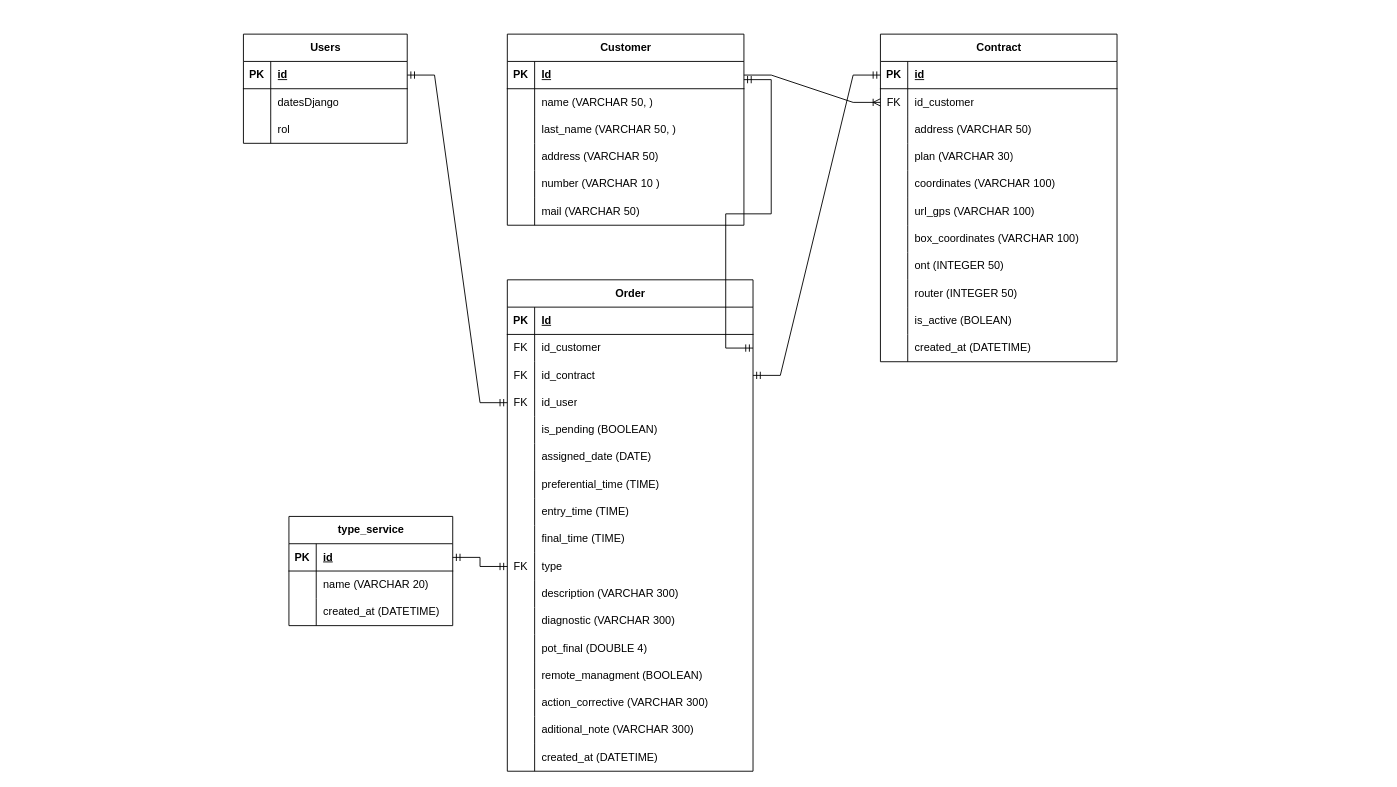
The draw.io diagram DiagramIspVisitManager.drawio in JoelPulla/ISP-Field-Visit-Manager, before the edit. Source tidied: cells renumbered, new cells numbered last; positions are measured from the earlier drawing's top-left corner, leaving out a move shared by most shapes. Both pictures are drawn from the tidied source at 91%, with x=0, y=0 at pixel (243, -44).
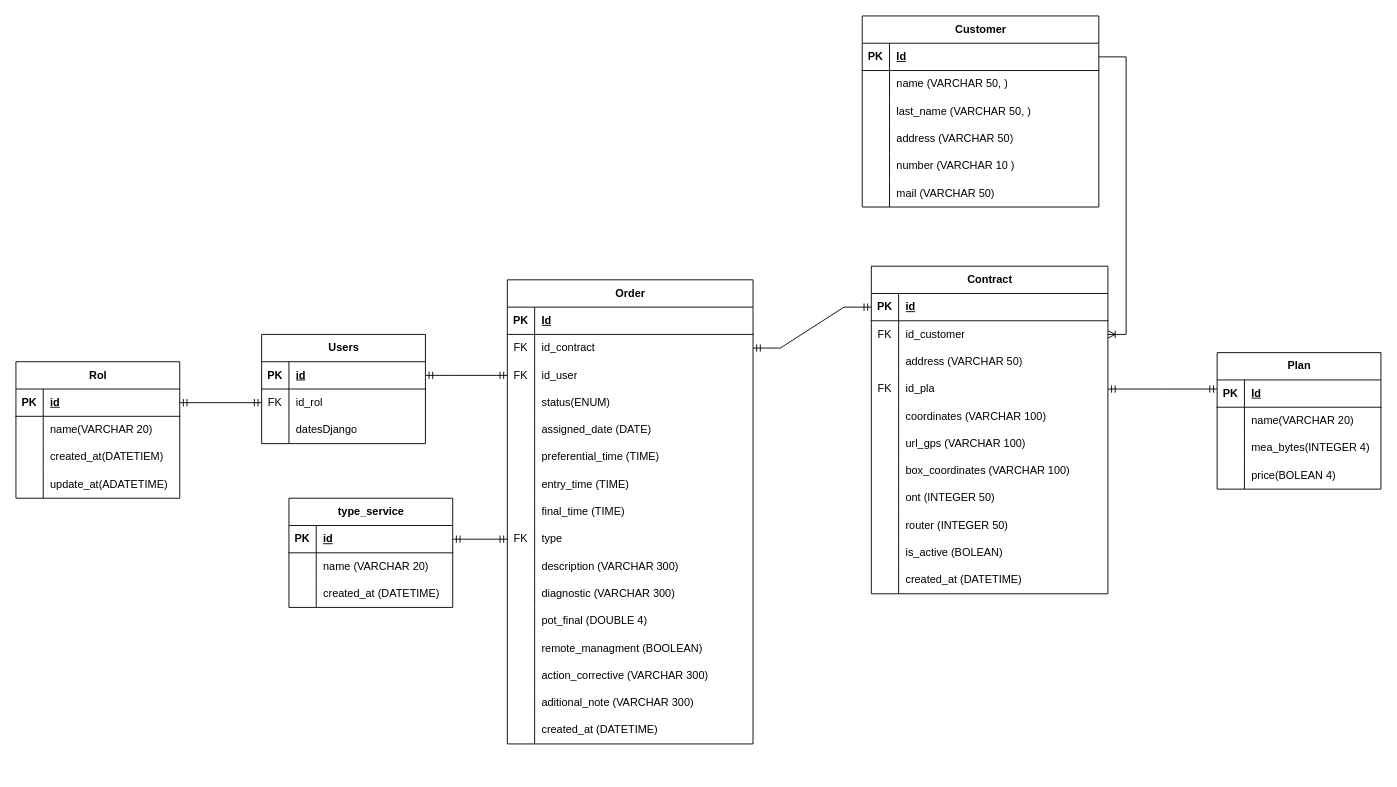
Above is the later version.

Unchanged cells that the change refers to:
```xml
<mxCell id="16" style="shape=tableRow;horizontal=0;startSize=0;swimlaneHead=0;swimlaneBody=0;fillColor=none;points=[[0,0.5],[1,0.5]];portConstraint=eastwest;top=0;left=0;right=0;bottom=0;" parent="12" vertex="1">
  <mxGeometry y="60" width="260" height="30" as="geometry" />
</mxCell>
<mxCell id="22" style="shape=tableRow;horizontal=0;startSize=0;swimlaneHead=0;swimlaneBody=0;fillColor=none;points=[[0,0.5],[1,0.5]];portConstraint=eastwest;top=0;left=0;right=0;bottom=0;" parent="12" vertex="1">
  <mxGeometry y="120" width="260" height="30" as="geometry" />
</mxCell>
<mxCell id="47" style="shape=tableRow;horizontal=0;startSize=0;swimlaneHead=0;swimlaneBody=0;fillColor=none;points=[[0,0.5],[1,0.5]];portConstraint=eastwest;top=0;left=0;right=0;bottom=1;" parent="46" vertex="1">
  <mxGeometry y="30" width="260" height="30" as="geometry" />
</mxCell>
```

What changed in the source:
```diff
@@
     <mxCell id="2" value="Users" style="shape=table;startSize=30;childLayout=tableLayout;rowLines=0;fontStyle=1;align=center;html=1;" parent="1" vertex="1">
-      <mxGeometry y="85" width="180" height="120" as="geometry" />
+      <mxGeometry x="20" y="415" width="180" height="120" as="geometry" />
     </mxCell>
@@
+    <mxCell id="9" style="shape=tableRow;horizontal=0;startSize=0;swimlaneHead=0;swimlaneBody=0;fillColor=none;points=[[0,0.5],[1,0.5]];portConstraint=eastwest;top=0;left=0;right=0;bottom=0;" parent="2" vertex="1">
+      <mxGeometry y="60" width="180" height="30" as="geometry" />
+    </mxCell>
+    <mxCell id="10" value="FK" style="shape=partialRectangle;fillColor=none;top=0;left=0;bottom=0;right=0;overflow=hidden;whiteSpace=wrap;html=1;" parent="9" vertex="1">
+      <mxGeometry width="30" height="30" as="geometry" />
+    </mxCell>
+    <mxCell id="11" value="id_rol" style="shape=partialRectangle;fillColor=none;top=0;left=0;bottom=0;right=0;align=left;spacingLeft=6;overflow=hidden;whiteSpace=wrap;html=1;" parent="9" vertex="1">
+      <mxGeometry x="30" width="150" height="30" as="geometry" />
+    </mxCell>
     <mxCell id="6" style="shape=tableRow;horizontal=0;startSize=0;swimlaneHead=0;swimlaneBody=0;fillColor=none;top=0;left=0;right=0;bottom=0;" parent="2" vertex="1">
-      <mxGeometry y="60" width="180" height="30" as="geometry" />
+      <mxGeometry y="90" width="180" height="30" as="geometry" />
     </mxCell>
@@
-    <mxCell id="9" style="shape=tableRow;horizontal=0;startSize=0;swimlaneHead=0;swimlaneBody=0;fillColor=none;points=[[0,0.5],[1,0.5]];portConstraint=eastwest;top=0;left=0;right=0;bottom=0;" parent="2" vertex="1">
-      <mxGeometry y="90" width="180" height="30" as="geometry" />
-    </mxCell>
-    <mxCell id="10" style="shape=partialRectangle;fillColor=none;top=0;left=0;bottom=0;right=0;overflow=hidden;whiteSpace=wrap;html=1;" parent="9" vertex="1">
-      <mxGeometry width="30" height="30" as="geometry" />
-    </mxCell>
-    <mxCell id="11" value="rol" style="shape=partialRectangle;fillColor=none;top=0;left=0;bottom=0;right=0;align=left;spacingLeft=6;overflow=hidden;whiteSpace=wrap;html=1;" parent="9" vertex="1">
-      <mxGeometry x="30" width="150" height="30" as="geometry" />
-    </mxCell>
     <mxCell id="12" value="Contract" style="shape=table;startSize=30;childLayout=tableLayout;rowLines=0;fontStyle=1;align=center;html=1;" parent="1" vertex="1">
-      <mxGeometry x="700" y="85" width="260" height="360" as="geometry" />
+      <mxGeometry x="690" y="340" width="260" height="360" as="geometry" />
     </mxCell>
@@
-    <mxCell id="23" style="shape=partialRectangle;fillColor=none;top=0;left=0;bottom=0;right=0;overflow=hidden;whiteSpace=wrap;html=1;" parent="22" vertex="1">
+    <mxCell id="23" value="FK" style="shape=partialRectangle;fillColor=none;top=0;left=0;bottom=0;right=0;overflow=hidden;whiteSpace=wrap;html=1;" parent="22" vertex="1">
       <mxGeometry width="30" height="30" as="geometry" />
     </mxCell>
-    <mxCell id="24" value="plan (VARCHAR 30)" style="shape=partialRectangle;fillColor=none;top=0;left=0;bottom=0;right=0;align=left;spacingLeft=6;overflow=hidden;whiteSpace=wrap;html=1;" parent="22" vertex="1">
+    <mxCell id="24" value="id_pla" style="shape=partialRectangle;fillColor=none;top=0;left=0;bottom=0;right=0;align=left;spacingLeft=6;overflow=hidden;whiteSpace=wrap;html=1;" parent="22" vertex="1">
       <mxGeometry x="30" width="230" height="30" as="geometry" />
     </mxCell>
@@
     <mxCell id="46" value="Customer" style="shape=table;startSize=30;childLayout=tableLayout;rowLines=0;fontStyle=1;align=center;html=1;" parent="1" vertex="1">
-      <mxGeometry x="290" y="85" width="260" height="210" as="geometry" />
+      <mxGeometry x="680" y="65" width="260" height="210" as="geometry" />
     </mxCell>
@@
-    <mxCell id="65" style="edgeStyle=entityRelationEdgeStyle;fontSize=12;html=1;endArrow=ERoneToMany;rounded=0;entryX=0;entryY=0.5;entryDx=0;entryDy=0;exitX=1;exitY=0.5;exitDx=0;exitDy=0;" parent="1" edge="1" source="47" target="16">
-      <mxGeometry relative="1" as="geometry" />
-    </mxCell>
     <mxCell id="66" value="Order" style="shape=table;startSize=30;childLayout=tableLayout;rowLines=0;fontStyle=1;align=center;html=1;" parent="1" vertex="1">
-      <mxGeometry x="290" y="355" width="270" height="540" as="geometry" />
+      <mxGeometry x="290" y="355" width="270" height="510" as="geometry" />
     </mxCell>
@@
-    <mxCell id="70" style="shape=tableRow;horizontal=0;startSize=0;swimlaneHead=0;swimlaneBody=0;fillColor=none;points=[[0,0.5],[1,0.5]];portConstraint=eastwest;top=0;left=0;right=0;bottom=0;" parent="66" vertex="1">
-      <mxGeometry y="60" width="270" height="30" as="geometry" />
-    </mxCell>
-    <mxCell id="71" value="FK" style="shape=partialRectangle;fillColor=none;top=0;left=0;bottom=0;right=0;overflow=hidden;whiteSpace=wrap;html=1;" parent="70" vertex="1">
-      <mxGeometry width="30" height="30" as="geometry" />
-    </mxCell>
-    <mxCell id="72" value="id_customer" style="shape=partialRectangle;fillColor=none;top=0;left=0;bottom=0;right=0;align=left;spacingLeft=6;overflow=hidden;whiteSpace=wrap;html=1;" parent="70" vertex="1">
-      <mxGeometry x="30" width="240" height="30" as="geometry" />
-    </mxCell>
     <mxCell id="73" style="shape=tableRow;horizontal=0;startSize=0;swimlaneHead=0;swimlaneBody=0;fillColor=none;points=[[0,0.5],[1,0.5]];portConstraint=eastwest;top=0;left=0;right=0;bottom=0;" parent="66" vertex="1">
-      <mxGeometry y="90" width="270" height="30" as="geometry" />
+      <mxGeometry y="60" width="270" height="30" as="geometry" />
     </mxCell>
@@
     <mxCell id="76" style="shape=tableRow;horizontal=0;startSize=0;swimlaneHead=0;swimlaneBody=0;fillColor=none;points=[[0,0.5],[1,0.5]];portConstraint=eastwest;top=0;left=0;right=0;bottom=0;" parent="66" vertex="1">
-      <mxGeometry y="120" width="270" height="30" as="geometry" />
+      <mxGeometry y="90" width="270" height="30" as="geometry" />
     </mxCell>
@@
     <mxCell id="79" style="shape=tableRow;horizontal=0;startSize=0;swimlaneHead=0;swimlaneBody=0;fillColor=none;top=0;left=0;right=0;bottom=0;" parent="66" vertex="1">
-      <mxGeometry y="150" width="270" height="30" as="geometry" />
+      <mxGeometry y="120" width="270" height="30" as="geometry" />
     </mxCell>
@@
-    <mxCell id="81" value="is_pending (BOOLEAN)" style="shape=partialRectangle;fillColor=none;top=0;left=0;bottom=0;right=0;align=left;spacingLeft=6;overflow=hidden;whiteSpace=wrap;html=1;" parent="79" vertex="1">
+    <mxCell id="81" value="status(ENUM)" style="shape=partialRectangle;fillColor=none;top=0;left=0;bottom=0;right=0;align=left;spacingLeft=6;overflow=hidden;whiteSpace=wrap;html=1;" parent="79" vertex="1">
       <mxGeometry x="30" width="240" height="30" as="geometry" />
     </mxCell>
     <mxCell id="82" style="shape=tableRow;horizontal=0;startSize=0;swimlaneHead=0;swimlaneBody=0;fillColor=none;top=0;left=0;right=0;bottom=0;" parent="66" vertex="1">
-      <mxGeometry y="180" width="270" height="30" as="geometry" />
+      <mxGeometry y="150" width="270" height="30" as="geometry" />
     </mxCell>
@@
     <mxCell id="85" style="shape=tableRow;horizontal=0;startSize=0;swimlaneHead=0;swimlaneBody=0;fillColor=none;top=0;left=0;right=0;bottom=0;" parent="66" vertex="1">
-      <mxGeometry y="210" width="270" height="30" as="geometry" />
+      <mxGeometry y="180" width="270" height="30" as="geometry" />
     </mxCell>
@@
     <mxCell id="88" style="shape=tableRow;horizontal=0;startSize=0;swimlaneHead=0;swimlaneBody=0;fillColor=none;top=0;left=0;right=0;bottom=0;" parent="66" vertex="1">
-      <mxGeometry y="240" width="270" height="30" as="geometry" />
+      <mxGeometry y="210" width="270" height="30" as="geometry" />
     </mxCell>
@@
     <mxCell id="91" style="shape=tableRow;horizontal=0;startSize=0;swimlaneHead=0;swimlaneBody=0;fillColor=none;top=0;left=0;right=0;bottom=0;" parent="66" vertex="1">
-      <mxGeometry y="270" width="270" height="30" as="geometry" />
+      <mxGeometry y="240" width="270" height="30" as="geometry" />
     </mxCell>
@@
     <mxCell id="94" style="shape=tableRow;horizontal=0;startSize=0;swimlaneHead=0;swimlaneBody=0;fillColor=none;points=[[0,0.5],[1,0.5]];portConstraint=eastwest;top=0;left=0;right=0;bottom=0;" parent="66" vertex="1">
-      <mxGeometry y="300" width="270" height="30" as="geometry" />
+      <mxGeometry y="270" width="270" height="30" as="geometry" />
     </mxCell>
@@
     <mxCell id="97" style="shape=tableRow;horizontal=0;startSize=0;swimlaneHead=0;swimlaneBody=0;fillColor=none;top=0;left=0;right=0;bottom=0;" parent="66" vertex="1">
-      <mxGeometry y="330" width="270" height="30" as="geometry" />
+      <mxGeometry y="300" width="270" height="30" as="geometry" />
     </mxCell>
@@
     <mxCell id="100" style="shape=tableRow;horizontal=0;startSize=0;swimlaneHead=0;swimlaneBody=0;fillColor=none;top=0;left=0;right=0;bottom=0;" parent="66" vertex="1">
-      <mxGeometry y="360" width="270" height="30" as="geometry" />
+      <mxGeometry y="330" width="270" height="30" as="geometry" />
     </mxCell>
@@
     <mxCell id="103" style="shape=tableRow;horizontal=0;startSize=0;swimlaneHead=0;swimlaneBody=0;fillColor=none;top=0;left=0;right=0;bottom=0;" parent="66" vertex="1">
-      <mxGeometry y="390" width="270" height="30" as="geometry" />
+      <mxGeometry y="360" width="270" height="30" as="geometry" />
     </mxCell>
@@
     <mxCell id="106" style="shape=tableRow;horizontal=0;startSize=0;swimlaneHead=0;swimlaneBody=0;fillColor=none;top=0;left=0;right=0;bottom=0;" parent="66" vertex="1">
-      <mxGeometry y="420" width="270" height="30" as="geometry" />
+      <mxGeometry y="390" width="270" height="30" as="geometry" />
     </mxCell>
@@
     <mxCell id="109" style="shape=tableRow;horizontal=0;startSize=0;swimlaneHead=0;swimlaneBody=0;fillColor=none;top=0;left=0;right=0;bottom=0;" parent="66" vertex="1">
-      <mxGeometry y="450" width="270" height="30" as="geometry" />
+      <mxGeometry y="420" width="270" height="30" as="geometry" />
     </mxCell>
@@
     <mxCell id="112" style="shape=tableRow;horizontal=0;startSize=0;swimlaneHead=0;swimlaneBody=0;fillColor=none;top=0;left=0;right=0;bottom=0;" parent="66" vertex="1">
-      <mxGeometry y="480" width="270" height="30" as="geometry" />
+      <mxGeometry y="450" width="270" height="30" as="geometry" />
     </mxCell>
@@
     <mxCell id="115" style="shape=tableRow;horizontal=0;startSize=0;swimlaneHead=0;swimlaneBody=0;fillColor=none;top=0;left=0;right=0;bottom=0;" parent="66" vertex="1">
-      <mxGeometry y="510" width="270" height="30" as="geometry" />
+      <mxGeometry y="480" width="270" height="30" as="geometry" />
     </mxCell>
@@
-    <mxCell id="118" style="edgeStyle=entityRelationEdgeStyle;fontSize=12;html=1;endArrow=ERmandOne;startArrow=ERmandOne;rounded=0;exitX=1;exitY=0.5;exitDx=0;exitDy=0;entryX=1;entryY=0.5;entryDx=0;entryDy=0;" parent="1" edge="1" target="70">
-      <mxGeometry relative="1" as="geometry">
-        <mxPoint x="550" y="135" as="sourcePoint" />
-        <Array as="points">
-          <mxPoint x="490" y="155" />
-          <mxPoint x="620" y="265" />
-          <mxPoint x="610" y="60" />
-          <mxPoint x="580" y="355" />
-          <mxPoint x="570" y="30" />
-          <mxPoint x="590" y="60" />
-          <mxPoint x="580" />
-          <mxPoint x="500" y="60" />
-        </Array>
-      </mxGeometry>
-    </mxCell>
@@
     <mxCell id="121" value="type_service" style="shape=table;startSize=30;childLayout=tableLayout;rowLines=0;fontStyle=1;align=center;html=1;" parent="1" vertex="1">
-      <mxGeometry x="50" y="615" width="180" height="120" as="geometry" />
+      <mxGeometry x="50" y="595" width="180" height="120" as="geometry" />
     </mxCell>
@@
+    <mxCell id="132" value="Rol" style="shape=table;startSize=30;childLayout=tableLayout;rowLines=0;fontStyle=1;align=center;html=1;" parent="1" vertex="1">
+      <mxGeometry x="-250" y="445" width="180" height="150" as="geometry" />
+    </mxCell>
+    <mxCell id="133" style="shape=tableRow;horizontal=0;startSize=0;swimlaneHead=0;swimlaneBody=0;fillColor=none;points=[[0,0.5],[1,0.5]];portConstraint=eastwest;top=0;left=0;right=0;bottom=1;" parent="132" vertex="1">
+      <mxGeometry y="30" width="180" height="30" as="geometry" />
+    </mxCell>
+    <mxCell id="134" value="PK" style="shape=partialRectangle;fillColor=none;top=0;left=0;bottom=0;right=0;fontStyle=1;overflow=hidden;whiteSpace=wrap;html=1;" parent="133" vertex="1">
+      <mxGeometry width="30" height="30" as="geometry" />
+    </mxCell>
+    <mxCell id="135" value="id" style="shape=partialRectangle;fillColor=none;top=0;left=0;bottom=0;right=0;align=left;spacingLeft=6;fontStyle=5;overflow=hidden;whiteSpace=wrap;html=1;" parent="133" vertex="1">
+      <mxGeometry x="30" width="150" height="30" as="geometry" />
+    </mxCell>
+    <mxCell id="136" style="shape=tableRow;horizontal=0;startSize=0;swimlaneHead=0;swimlaneBody=0;fillColor=none;top=0;left=0;right=0;bottom=0;" parent="132" vertex="1">
+      <mxGeometry y="60" width="180" height="30" as="geometry" />
+    </mxCell>
+    <mxCell id="137" style="shape=partialRectangle;fillColor=none;top=0;left=0;bottom=0;right=0;overflow=hidden;whiteSpace=wrap;html=1;" parent="136" vertex="1">
+      <mxGeometry width="30" height="30" as="geometry" />
+    </mxCell>
+    <mxCell id="138" value="name(VARCHAR 20)" style="shape=partialRectangle;fillColor=none;top=0;left=0;bottom=0;right=0;align=left;spacingLeft=6;overflow=hidden;whiteSpace=wrap;html=1;" parent="136" vertex="1">
+      <mxGeometry x="30" width="150" height="30" as="geometry" />
+    </mxCell>
+    <mxCell id="139" style="shape=tableRow;horizontal=0;startSize=0;swimlaneHead=0;swimlaneBody=0;fillColor=none;top=0;left=0;right=0;bottom=0;" parent="132" vertex="1">
+      <mxGeometry y="90" width="180" height="30" as="geometry" />
+    </mxCell>
+    <mxCell id="140" style="shape=partialRectangle;fillColor=none;top=0;left=0;bottom=0;right=0;overflow=hidden;whiteSpace=wrap;html=1;" parent="139" vertex="1">
+      <mxGeometry width="30" height="30" as="geometry" />
+    </mxCell>
+    <mxCell id="141" value="created_at(DATETIEM)" style="shape=partialRectangle;fillColor=none;top=0;left=0;bottom=0;right=0;align=left;spacingLeft=6;overflow=hidden;whiteSpace=wrap;html=1;" parent="139" vertex="1">
+      <mxGeometry x="30" width="150" height="30" as="geometry" />
+    </mxCell>
+    <mxCell id="142" style="shape=tableRow;horizontal=0;startSize=0;swimlaneHead=0;swimlaneBody=0;fillColor=none;top=0;left=0;right=0;bottom=0;" parent="132" vertex="1">
+      <mxGeometry y="120" width="180" height="30" as="geometry" />
+    </mxCell>
+    <mxCell id="143" style="shape=partialRectangle;fillColor=none;top=0;left=0;bottom=0;right=0;overflow=hidden;whiteSpace=wrap;html=1;" parent="142" vertex="1">
+      <mxGeometry width="30" height="30" as="geometry" />
+    </mxCell>
+    <mxCell id="144" value="update_at(ADATETIME)" style="shape=partialRectangle;fillColor=none;top=0;left=0;bottom=0;right=0;align=left;spacingLeft=6;overflow=hidden;whiteSpace=wrap;html=1;" parent="142" vertex="1">
+      <mxGeometry x="30" width="150" height="30" as="geometry" />
+    </mxCell>
+    <mxCell id="145" style="edgeStyle=orthogonalEdgeStyle;rounded=0;jettySize=auto;html=1;entryX=0;entryY=0.5;entryDx=0;entryDy=0;startArrow=ERmandOne;startFill=0;endArrow=ERmandOne;endFill=0;" parent="1" edge="1" source="133" target="9">
+      <mxGeometry relative="1" as="geometry" />
+    </mxCell>
+    <mxCell id="65" style="edgeStyle=orthogonalEdgeStyle;rounded=0;jettySize=auto;html=1;entryX=1;entryY=0.5;entryDx=0;entryDy=0;startArrow=none;startFill=0;endArrow=ERoneToMany;endFill=0;" parent="1" edge="1" source="47" target="16">
+      <mxGeometry relative="1" as="geometry" />
+    </mxCell>
+    <mxCell id="146" value="Plan" style="shape=table;startSize=30;childLayout=tableLayout;rowLines=0;fontStyle=1;align=center;html=1;" parent="1" vertex="1">
+      <mxGeometry x="1070" y="435" width="180" height="150" as="geometry" />
+    </mxCell>
+    <mxCell id="147" style="shape=tableRow;horizontal=0;startSize=0;swimlaneHead=0;swimlaneBody=0;fillColor=none;top=0;left=0;right=0;bottom=1;" parent="146" vertex="1">
+      <mxGeometry y="30" width="180" height="30" as="geometry" />
+    </mxCell>
+    <mxCell id="148" value="PK" style="shape=partialRectangle;fillColor=none;top=0;left=0;bottom=0;right=0;fontStyle=1;overflow=hidden;whiteSpace=wrap;html=1;" parent="147" vertex="1">
+      <mxGeometry width="30" height="30" as="geometry" />
+    </mxCell>
+    <mxCell id="149" value="Id" style="shape=partialRectangle;fillColor=none;top=0;left=0;bottom=0;right=0;align=left;spacingLeft=6;fontStyle=5;overflow=hidden;whiteSpace=wrap;html=1;" parent="147" vertex="1">
+      <mxGeometry x="30" width="150" height="30" as="geometry" />
+    </mxCell>
+    <mxCell id="150" style="shape=tableRow;horizontal=0;startSize=0;swimlaneHead=0;swimlaneBody=0;fillColor=none;top=0;left=0;right=0;bottom=0;" parent="146" vertex="1">
+      <mxGeometry y="60" width="180" height="30" as="geometry" />
+    </mxCell>
+    <mxCell id="151" style="shape=partialRectangle;fillColor=none;top=0;left=0;bottom=0;right=0;overflow=hidden;whiteSpace=wrap;html=1;" parent="150" vertex="1">
+      <mxGeometry width="30" height="30" as="geometry" />
+    </mxCell>
+    <mxCell id="152" value="name(VARCHAR 20)" style="shape=partialRectangle;fillColor=none;top=0;left=0;bottom=0;right=0;align=left;spacingLeft=6;overflow=hidden;whiteSpace=wrap;html=1;" parent="150" vertex="1">
+      <mxGeometry x="30" width="150" height="30" as="geometry" />
+    </mxCell>
+    <mxCell id="153" style="shape=tableRow;horizontal=0;startSize=0;swimlaneHead=0;swimlaneBody=0;fillColor=none;top=0;left=0;right=0;bottom=0;" parent="146" vertex="1">
+      <mxGeometry y="90" width="180" height="30" as="geometry" />
+    </mxCell>
+    <mxCell id="154" style="shape=partialRectangle;fillColor=none;top=0;left=0;bottom=0;right=0;overflow=hidden;whiteSpace=wrap;html=1;" parent="153" vertex="1">
+      <mxGeometry width="30" height="30" as="geometry" />
+    </mxCell>
+    <mxCell id="155" value="mea_bytes(INTEGER 4)" style="shape=partialRectangle;fillColor=none;top=0;left=0;bottom=0;right=0;align=left;spacingLeft=6;overflow=hidden;whiteSpace=wrap;html=1;" parent="153" vertex="1">
+      <mxGeometry x="30" width="150" height="30" as="geometry" />
+    </mxCell>
+    <mxCell id="156" style="shape=tableRow;horizontal=0;startSize=0;swimlaneHead=0;swimlaneBody=0;fillColor=none;top=0;left=0;right=0;bottom=0;" parent="146" vertex="1">
+      <mxGeometry y="120" width="180" height="30" as="geometry" />
+    </mxCell>
+    <mxCell id="157" style="shape=partialRectangle;fillColor=none;top=0;left=0;bottom=0;right=0;overflow=hidden;whiteSpace=wrap;html=1;" parent="156" vertex="1">
+      <mxGeometry width="30" height="30" as="geometry" />
+    </mxCell>
+    <mxCell id="158" value="price(BOLEAN 4)" style="shape=partialRectangle;fillColor=none;top=0;left=0;bottom=0;right=0;align=left;spacingLeft=6;overflow=hidden;whiteSpace=wrap;html=1;" parent="156" vertex="1">
+      <mxGeometry x="30" width="150" height="30" as="geometry" />
+    </mxCell>
+    <mxCell id="159" style="edgeStyle=orthogonalEdgeStyle;rounded=0;jettySize=auto;html=1;startArrow=ERmandOne;startFill=0;endArrow=ERmandOne;endFill=0;" parent="1" edge="1" source="22">
+      <mxGeometry relative="1" as="geometry">
+        <mxPoint x="1070" y="475" as="targetPoint" />
+      </mxGeometry>
+    </mxCell>
```
